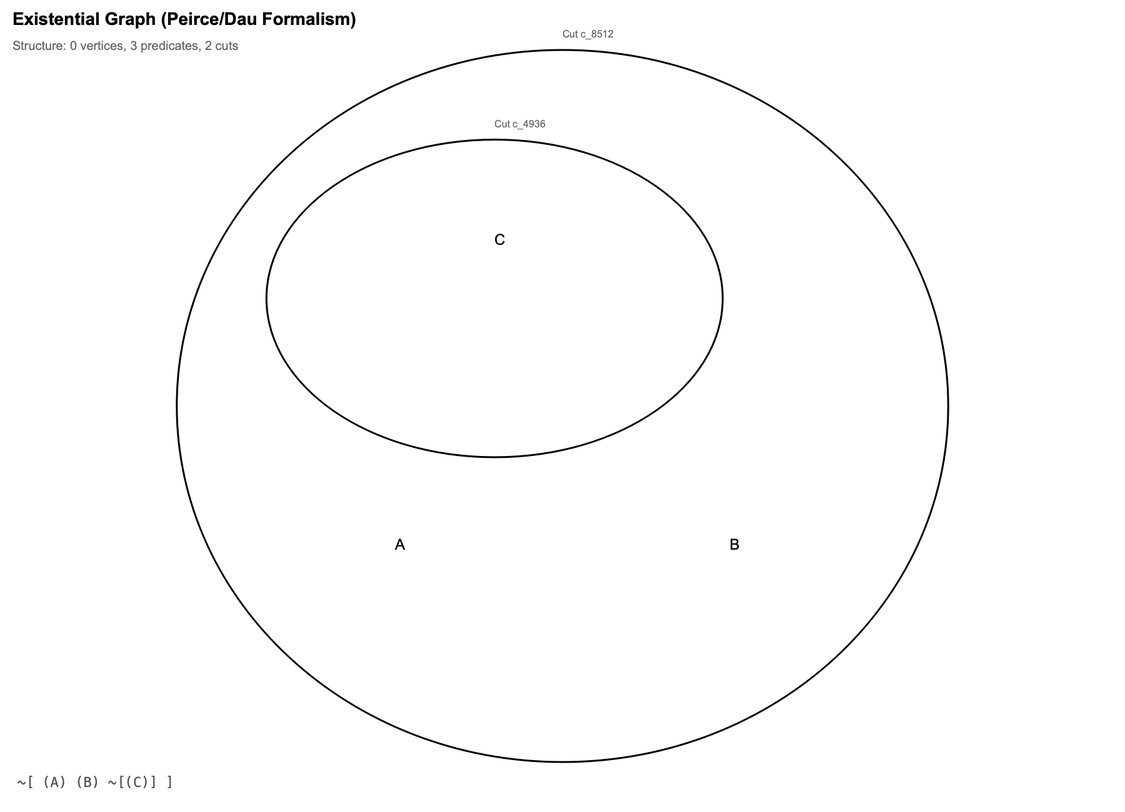
The Graphviz diagram reports/sanity_egif_dot/implication_conj_ante.png in mijahauan/Arisbe, before a commit. Its source is kept beside it as reports/sanity_egif_dot/implication_conj_ante.dot. Its diagram source:
```dot
graph EG {
    graph [clusterrank=local, compound=true, newrank=true, rankdir=TB,
           overlap=false, splines=true, concentrate=false];

    node [shape=circle, width=0.4, height=0.4, fixedsize=true,
          fontsize=10, margin=0.2];
    edge [arrowhead=none, len=3.5, minlen=2.5, weight=1.0];

    nodesep=1.2;        // Compact node separation
    ranksep=1.0;        // Compact rank separation
    margin=1.5;         // Keep graph margin modest
    pad="1.5,1.5";      // Keep padding modest
    sep="+8";           // Compact minimum separation


  node [shape=circle, style=filled, fillcolor=lightblue, fontsize=10];
  edge [fontsize=9, labeldistance=1.5, labelangle=0];

  subgraph cluster_c_85128b22 {
    label="Cut c_85128b";
    style=rounded;
    color=black;
    penwidth=1.5;
    margin=16.00;  // Padding around cut contents
    labelloc=top;
    fontsize=8;
    clusterrank=local;  // Layout this cluster separately

    subgraph cluster_c_49369b8d {
      label="Cut c_49369b";
      style=rounded;
      color=black;
      penwidth=1.5;
      margin=16.00;  // Padding around cut contents
      labelloc=top;
      fontsize=8;
      clusterrank=local;  // Layout this cluster separately

      e_f58858c2 [label="C", shape=box, fillcolor=lightyellow, width=1.20, height=0.60, fixedsize=true];
    }

    e_187a015d [label="A", shape=box, fillcolor=lightyellow, width=1.20, height=0.60, fixedsize=true];
    e_75865ffd [label="B", shape=box, fillcolor=lightyellow, width=1.20, height=0.60, fixedsize=true];
  }


}
```
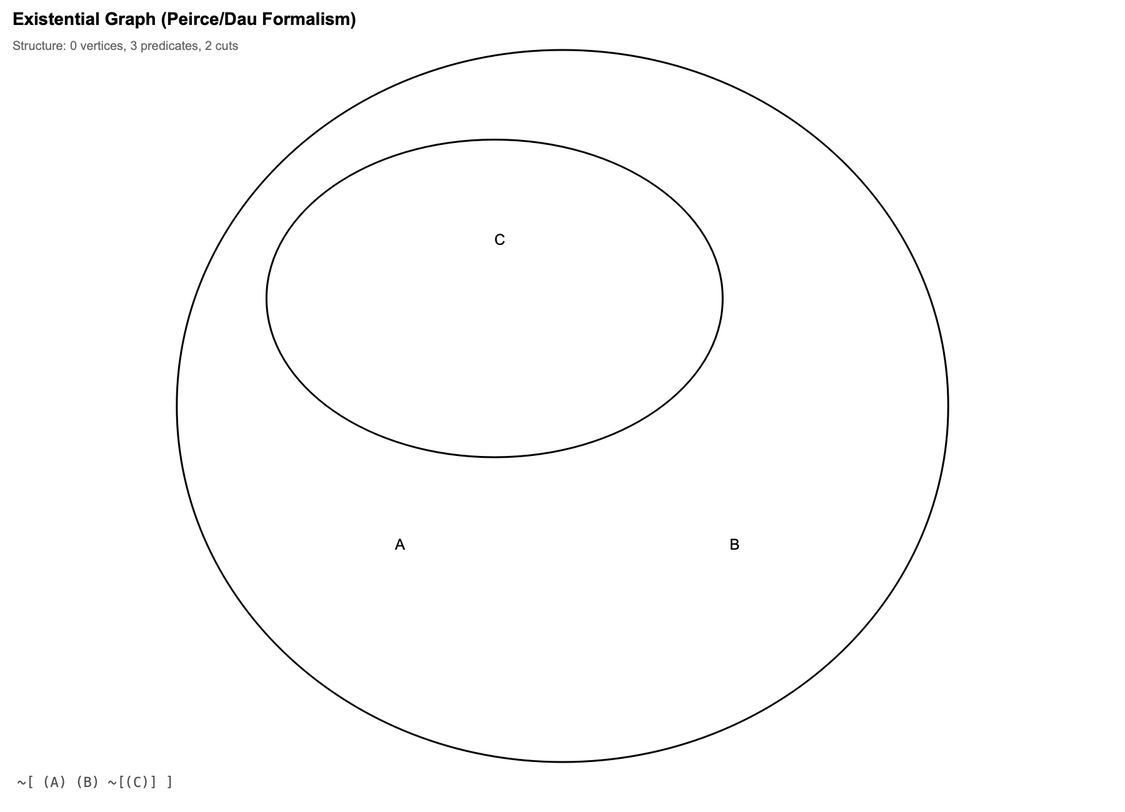
The same file after the commit.

What changed in the source:
```diff
@@ -16,8 +16,8 @@
   node [shape=circle, style=filled, fillcolor=lightblue, fontsize=10];
   edge [fontsize=9, labeldistance=1.5, labelangle=0];
 
-  subgraph cluster_c_85128b22 {
-    label="Cut c_85128b";
+  subgraph cluster_c_ccc0f0b4 {
+    label="Cut c_ccc0f0";
     style=rounded;
     color=black;
     penwidth=1.5;
@@ -26,8 +26,8 @@
     fontsize=8;
     clusterrank=local;  // Layout this cluster separately
 
-    subgraph cluster_c_49369b8d {
-      label="Cut c_49369b";
+    subgraph cluster_c_8ad4d831 {
+      label="Cut c_8ad4d8";
       style=rounded;
       color=black;
       penwidth=1.5;
@@ -36,11 +36,11 @@
       fontsize=8;
       clusterrank=local;  // Layout this cluster separately
 
-      e_f58858c2 [label="C", shape=box, fillcolor=lightyellow, width=1.20, height=0.60, fixedsize=true];
+      e_1c801c1e [label="C", shape=box, fillcolor=lightyellow, width=1.20, height=0.60, fixedsize=true];
     }
 
-    e_187a015d [label="A", shape=box, fillcolor=lightyellow, width=1.20, height=0.60, fixedsize=true];
-    e_75865ffd [label="B", shape=box, fillcolor=lightyellow, width=1.20, height=0.60, fixedsize=true];
+    e_a80431b2 [label="A", shape=box, fillcolor=lightyellow, width=1.20, height=0.60, fixedsize=true];
+    e_b72a2946 [label="B", shape=box, fillcolor=lightyellow, width=1.20, height=0.60, fixedsize=true];
   }
 
 
```
